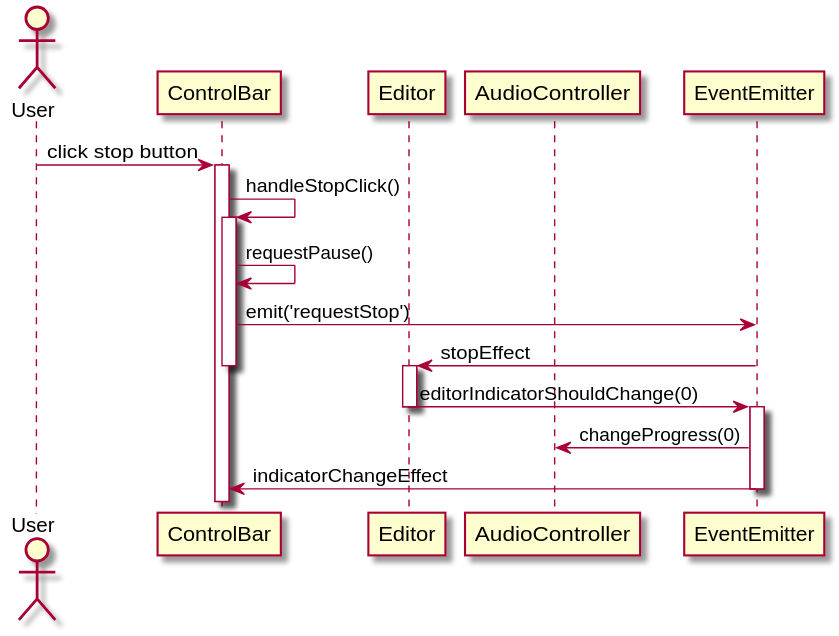
austudio-team/austudio-uml-graph keeps this PlantUML diagram as out/sequence_diagram/stop_play/stop_play.svg. Above is the earlier version. The source it was exported from:
```plantuml
@startuml
actor User

participant EventEmitter order 30

User -> ControlBar: click stop button
activate ControlBar
ControlBar -> ControlBar: handleStopClick()
activate ControlBar
ControlBar -> ControlBar: requestPause()
ControlBar -> EventEmitter: emit('requestStop')
EventEmitter -> Editor: stopEffect
deactivate ControlBar
activate Editor
Editor -> EventEmitter: editorIndicatorShouldChange(0)
deactivate Editor
activate EventEmitter
EventEmitter -> AudioController: changeProgress(0)
EventEmitter -> ControlBar: indicatorChangeEffect
deactivate EventEmitter

@enduml
```
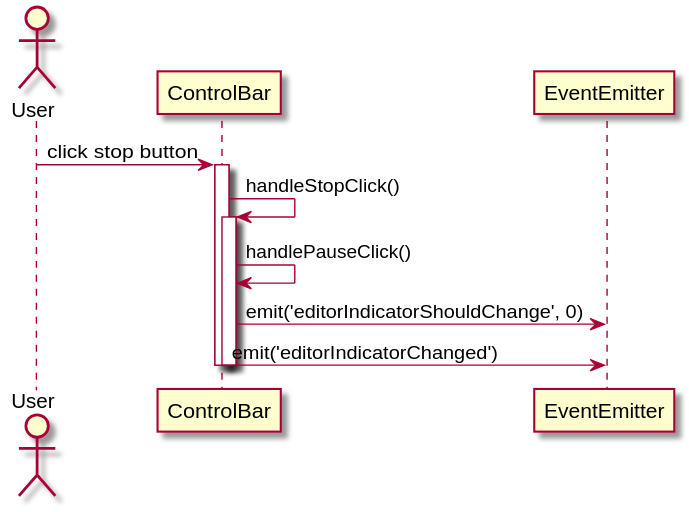
After the change.

Diff of the diagram source:
```diff
@@ -7,16 +7,10 @@
 activate ControlBar
 ControlBar -> ControlBar: handleStopClick()
 activate ControlBar
-ControlBar -> ControlBar: requestPause()
-ControlBar -> EventEmitter: emit('requestStop')
-EventEmitter -> Editor: stopEffect
+ControlBar -> ControlBar: handlePauseClick()
+ControlBar -> EventEmitter: emit('editorIndicatorShouldChange', 0)
+ControlBar -> EventEmitter: emit('editorIndicatorChanged')
 deactivate ControlBar
-activate Editor
-Editor -> EventEmitter: editorIndicatorShouldChange(0)
-deactivate Editor
-activate EventEmitter
-EventEmitter -> AudioController: changeProgress(0)
-EventEmitter -> ControlBar: indicatorChangeEffect
-deactivate EventEmitter
+deactivate ControlBar
 
 @enduml
```
